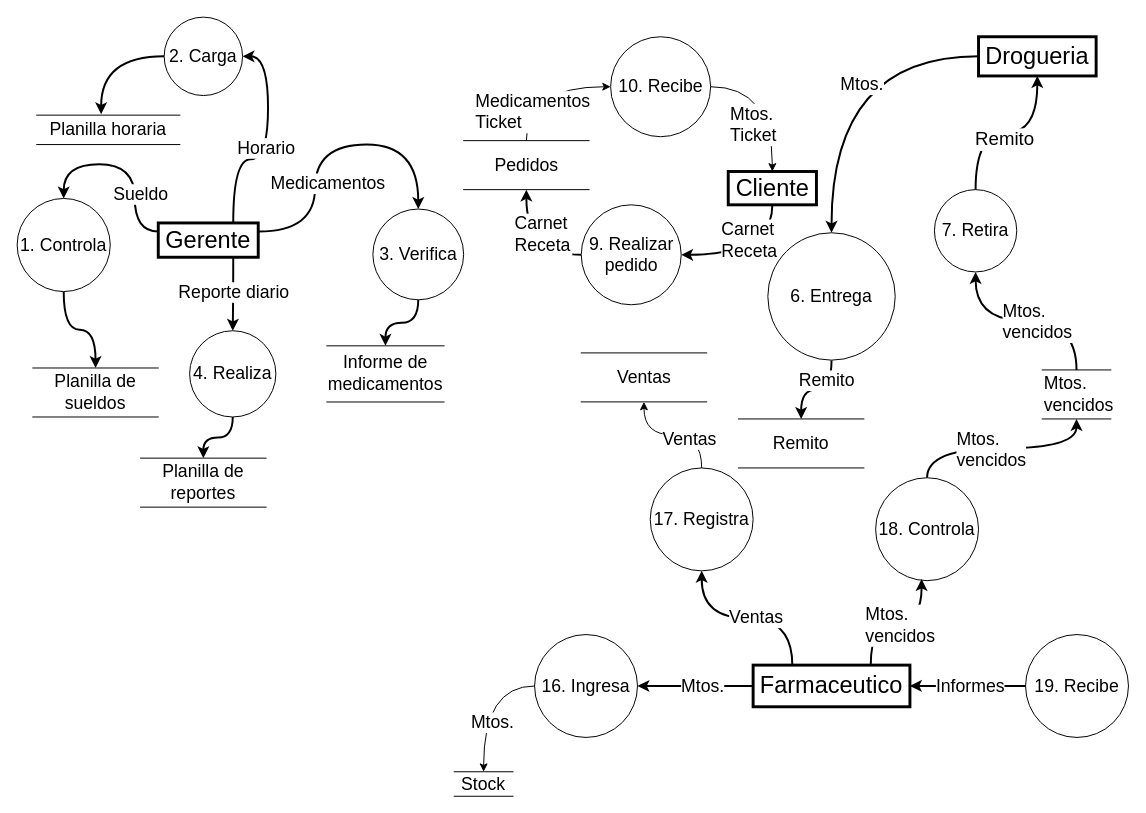
Earlier version of the draw.io diagram page "DFD_Farmacia" (1 of 2) of farmaciaAE.drawio (yon026/pruebagit). Source tidied: cells renumbered, new cells numbered last; positions are measured from the earlier drawing's top-left corner, leaving out a move shared by most shapes. Both pictures are drawn from the tidied source at 98%, with x=0, y=0 at pixel (17, 17).
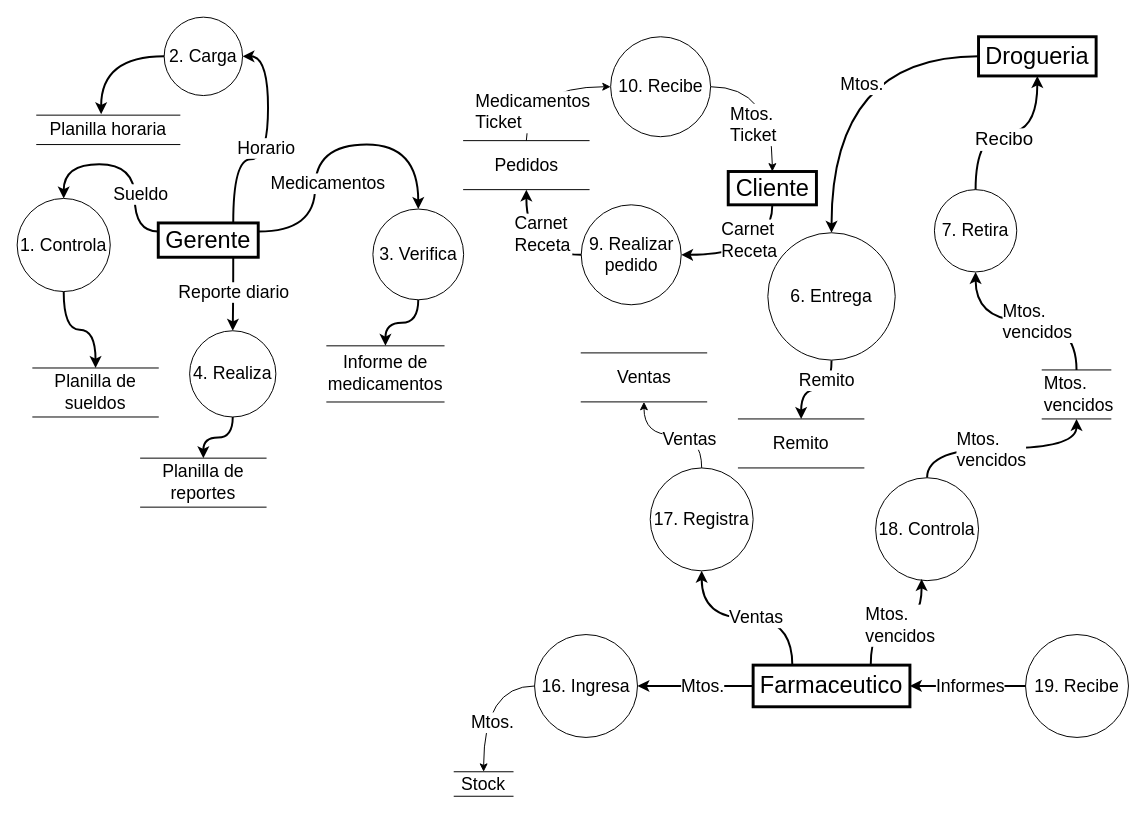
Above is the later version.

Unchanged cells that the change refers to:
```xml
<mxCell id="35" style="edgeStyle=orthogonalEdgeStyle;shape=connector;curved=1;rounded=0;jettySize=auto;html=1;exitX=0.5;exitY=0;exitDx=0;exitDy=0;entryX=0.5;entryY=1;entryDx=0;entryDy=0;strokeColor=default;strokeWidth=2;align=center;verticalAlign=middle;fontFamily=Helvetica;fontSize=11;fontColor=default;labelBackgroundColor=default;endArrow=classic;" parent="1" edge="1" source="37" target="30">
  <mxGeometry relative="1" as="geometry" />
</mxCell>
```

What changed in the source:
```diff
@@
-    <mxCell id="36" value="&lt;span style=&quot;font-size: 19px;&quot;&gt;Remito&lt;/span&gt;" style="edgeLabel;html=1;align=left;verticalAlign=middle;fontFamily=Helvetica;fontSize=19;fontColor=default;labelBackgroundColor=default;" parent="35" vertex="1">
+    <mxCell id="36" value="&lt;span style=&quot;font-size: 19px;&quot;&gt;Recibo&lt;/span&gt;" style="edgeLabel;html=1;align=left;verticalAlign=middle;fontFamily=Helvetica;fontSize=19;fontColor=default;labelBackgroundColor=default;" parent="35" vertex="1">
       <mxGeometry x="-0.06" y="-6" relative="1" as="geometry">
         <mxPoint x="-28" as="offset" />
       </mxGeometry>
     </mxCell>
```
